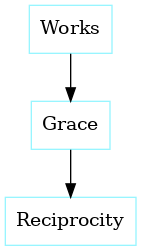
Above: graphs/Covenent_Theology.png in julianfl0w/Deism (Graphviz), before the change. Its source is kept beside it as graphs/Covenent_Theology.dot. Its diagram source:
```dot
digraph D {
"Works" [shape=box, color = cadetblue1]
"Grace" [shape=box, color = cadetblue1]
"Reciprocity" [shape=box, color = cadetblue1]
"Grace" -> "Reciprocity" [penwidth=1]
"Works" -> "Grace" [penwidth=1]
}
```
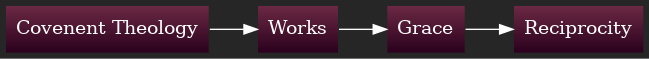
The same diagram one commit later.

Diff of the diagram source:
```diff
@@ -1,7 +1,15 @@
 digraph D {
-"Works" [shape=box, color = cadetblue1]
-"Grace" [shape=box, color = cadetblue1]
-"Reciprocity" [shape=box, color = cadetblue1]
-"Grace" -> "Reciprocity" [penwidth=1]
-"Works" -> "Grace" [penwidth=1]
+rankdir = LR
+style = filled
+color = lightgrey
+bgcolor = "#262626"
+fillcolor = "darkgray:gold"
+gradientangle = 0
+"Covenent Theology" [shape=box, color="#262626", fontcolor=white, fillcolor="#6C2944:#29001C", style=filled, gradientangle=270.05]
+"Works" [shape=box, color="#262626", fontcolor=white, fillcolor="#6C2944:#29001C", style=filled, gradientangle=270.05]
+"Covenent Theology" -> "Works" [color=white, penwidth=1]
+"Grace" [shape=box, color="#262626", fontcolor=white, fillcolor="#6C2944:#29001C", style=filled, gradientangle=270.05]
+"Works" -> "Grace" [color=white, penwidth=1]
+"Reciprocity" [shape=box, color="#262626", fontcolor=white, fillcolor="#6C2944:#29001C", style=filled, gradientangle=270.05]
+"Grace" -> "Reciprocity" [color=white, penwidth=1]
 }
```
